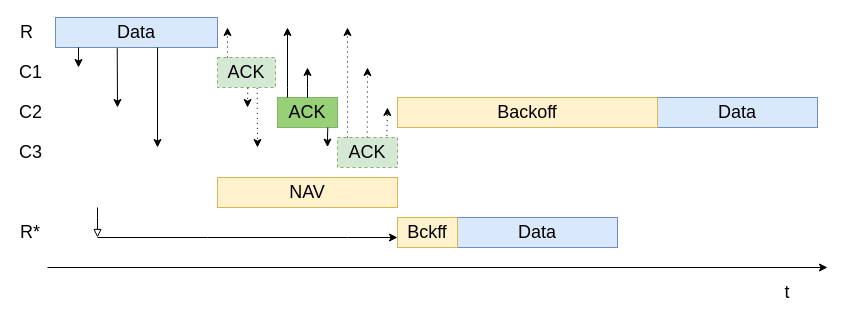
Before: slottedACK.drawio in saroesler/Pictures, a draw.io diagram. Source tidied: cells renumbered, new cells numbered last; positions are measured from the earlier drawing's top-left corner, leaving out a move shared by most shapes. Both pictures are drawn from the tidied source at 100%, with x=0, y=0 at pixel (17, 17).
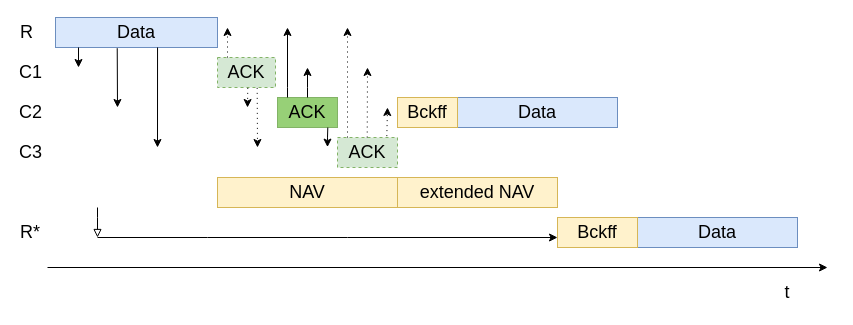
Above is the later version.

Diff of the diagram source:
```diff
@@
     <mxCell id="13" value="Data" style="rounded=0;whiteSpace=wrap;html=1;fontSize=18;fillColor=#dae8fc;strokeColor=#6c8ebf;" parent="1" vertex="1">
-      <mxGeometry x="440" y="200" width="160" height="30" as="geometry" />
+      <mxGeometry x="620" y="200" width="160" height="30" as="geometry" />
     </mxCell>
@@
-    <mxCell id="27" style="endArrow=classic;html=1;rounded=0;fontSize=18;" parent="1" edge="1">
+    <mxCell id="27" style="endArrow=classic;html=1;rounded=0;fontSize=18;entryX=0;entryY=0.667;entryDx=0;entryDy=0;entryPerimeter=0;" parent="1" edge="1" target="30">
       <mxGeometry relative="1" as="geometry">
         <mxPoint x="80" y="220" as="sourcePoint" />
-        <mxPoint x="380" y="220" as="targetPoint" />
         <Array as="points">
           <mxPoint x="190" y="220" />
           <mxPoint x="330" y="220" />
         </Array>
       </mxGeometry>
     </mxCell>
@@
     <mxCell id="29" value="Data" style="rounded=0;whiteSpace=wrap;html=1;fontSize=18;fillColor=#dae8fc;strokeColor=#6c8ebf;" parent="1" vertex="1">
-      <mxGeometry x="640" y="80" width="160" height="30" as="geometry" />
+      <mxGeometry x="440" y="80" width="160" height="30" as="geometry" />
     </mxCell>
     <mxCell id="30" value="Bckff" style="rounded=0;whiteSpace=wrap;html=1;fontSize=18;fillColor=#fff2cc;strokeColor=#d6b656;" parent="1" vertex="1">
-      <mxGeometry x="380" y="200" width="60" height="30" as="geometry" />
+      <mxGeometry x="540" y="200" width="80" height="30" as="geometry" />
     </mxCell>
-    <mxCell id="31" value="Backoff" style="rounded=0;whiteSpace=wrap;html=1;fontSize=18;fillColor=#fff2cc;strokeColor=#d6b656;" parent="1" vertex="1">
-      <mxGeometry x="380" y="80" width="260" height="30" as="geometry" />
+    <mxCell id="31" value="Bckff" style="rounded=0;whiteSpace=wrap;html=1;fontSize=18;fillColor=#fff2cc;strokeColor=#d6b656;" parent="1" vertex="1">
+      <mxGeometry x="380" y="80" width="60" height="30" as="geometry" />
     </mxCell>
+    <mxCell id="32" value="extended NAV" style="rounded=0;whiteSpace=wrap;html=1;fontSize=18;fillColor=#fff2cc;strokeColor=#d6b656;" parent="1" vertex="1">
+      <mxGeometry x="380" y="160" width="160" height="30" as="geometry" />
+    </mxCell>
```
